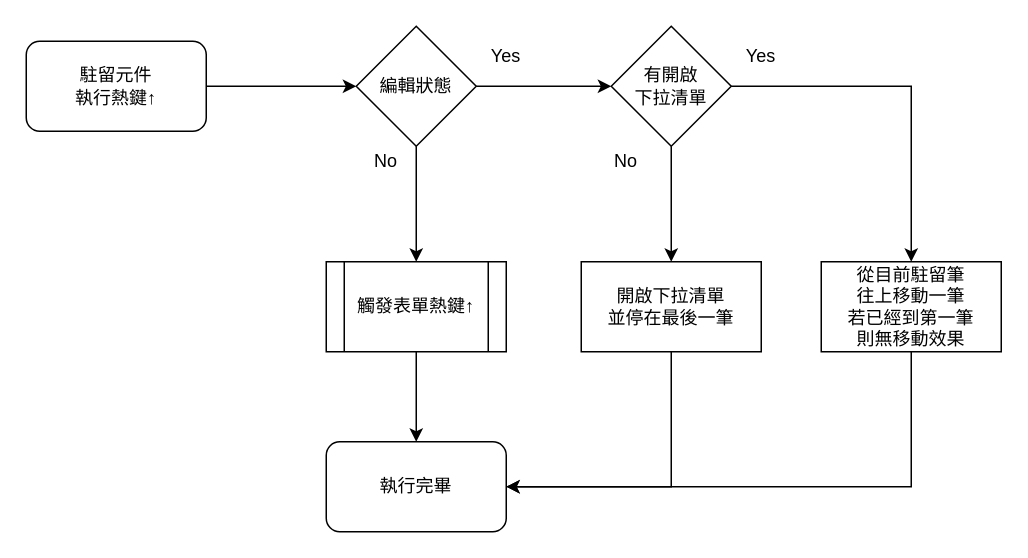
ArcareRD/sadocs keeps this draw.io diagram as page "熱鍵↑" (9 of 15) of 8.10.1/RTE/SYSTEM/FORM/ctrl_dropDownMultiCombo/diagram/可輸入下拉複選元件.drawio. Above is the earlier version. Source tidied: cells renumbered, new cells numbered last; positions are measured from the earlier drawing's top-left corner, leaving out a move shared by most shapes. Both pictures are drawn from the tidied source at 150%, with x=0, y=0 at pixel (26, 26).
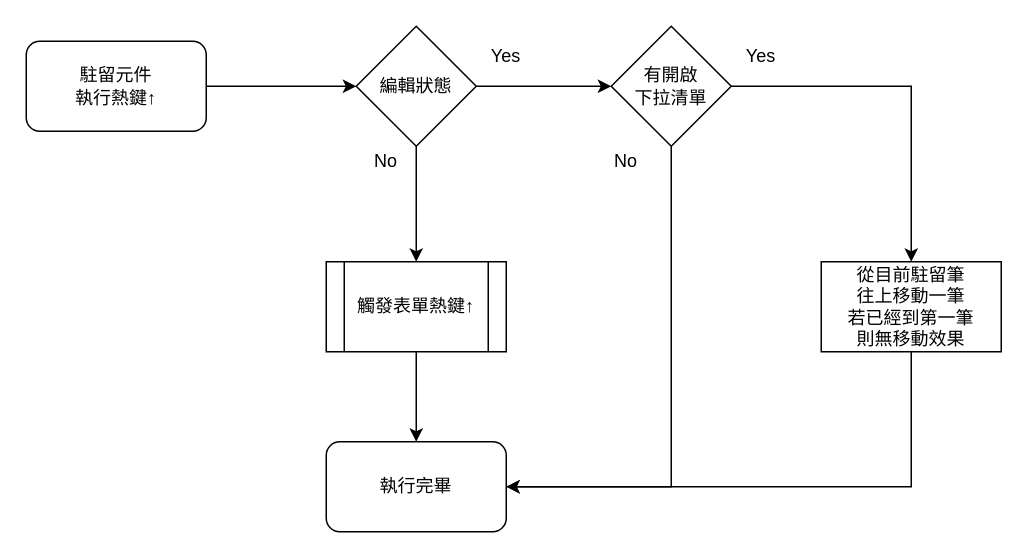
Above is the later version.

The change refers to these unchanged cells:
```xml
<mxCell id="9" value="有開啟&lt;br&gt;下拉清單" style="rhombus;whiteSpace=wrap;html=1;" parent="1" vertex="1">
  <mxGeometry x="390" width="80" height="80" as="geometry" />
</mxCell>
<mxCell id="12" value="執行完畢" style="rounded=1;whiteSpace=wrap;html=1;" parent="1" vertex="1">
  <mxGeometry x="200" y="277" width="120" height="60" as="geometry" />
</mxCell>
```

What changed in the source:
```diff
@@
-    <mxCell id="8" style="edgeStyle=orthogonalEdgeStyle;rounded=0;jettySize=auto;html=1;" parent="1" edge="1" source="9" target="20">
-      <mxGeometry relative="1" as="geometry" />
-    </mxCell>
+    <mxCell id="21" style="edgeStyle=orthogonalEdgeStyle;rounded=0;jettySize=auto;html=1;entryX=1;entryY=0.5;entryDx=0;entryDy=0;exitX=0.5;exitY=1;exitDx=0;exitDy=0;" parent="1" edge="1" source="9" target="12">
+      <mxGeometry relative="1" as="geometry" />
+    </mxCell>
@@
-    <mxCell id="19" style="edgeStyle=orthogonalEdgeStyle;rounded=0;jettySize=auto;html=1;entryX=1;entryY=0.5;entryDx=0;entryDy=0;exitX=0.5;exitY=1;exitDx=0;exitDy=0;" parent="1" edge="1" source="20" target="12">
-      <mxGeometry relative="1" as="geometry" />
-    </mxCell>
-    <mxCell id="20" value="開啟下拉清單&lt;br&gt;並停在最後一筆" style="whiteSpace=wrap;html=1;" parent="1" vertex="1">
-      <mxGeometry x="370" y="157" width="120" height="60" as="geometry" />
-    </mxCell>
```
